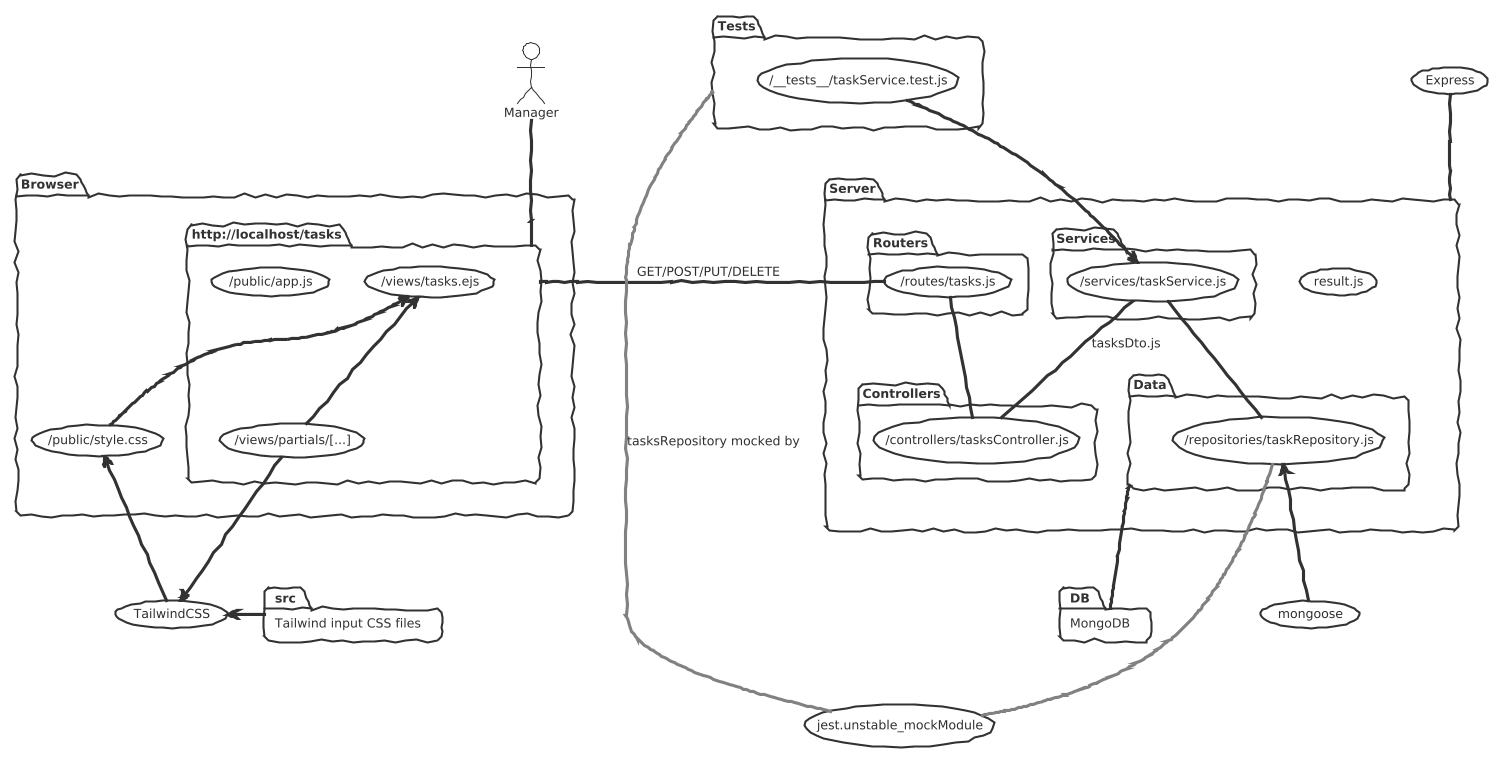
This is private/diagram.png from johnemilian/CS326-Group16-project, a PlantUML export, as it was before one commit.
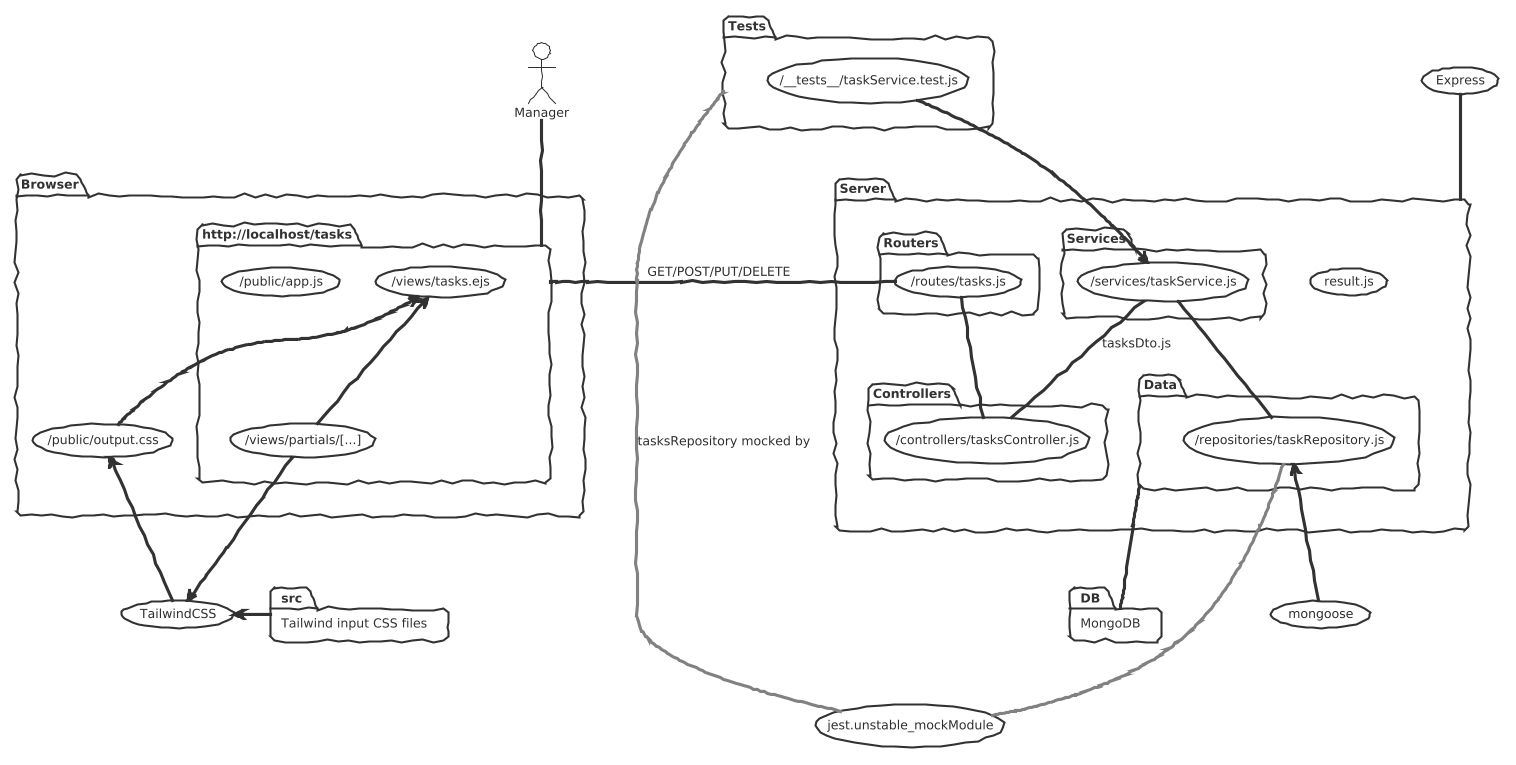
The same file after the commit.

Commit message:
realized we have output CSS named output.css not style.css

What changed in the source:
```diff
@@ -10,7 +10,7 @@
   (/views/tasks.ejs) as TV
   (/public/app.js) as client
 }
-(/public/style.css) as CSS
+(/public/output.css) as CSS
 TV <-- CSS
 }
 
```
